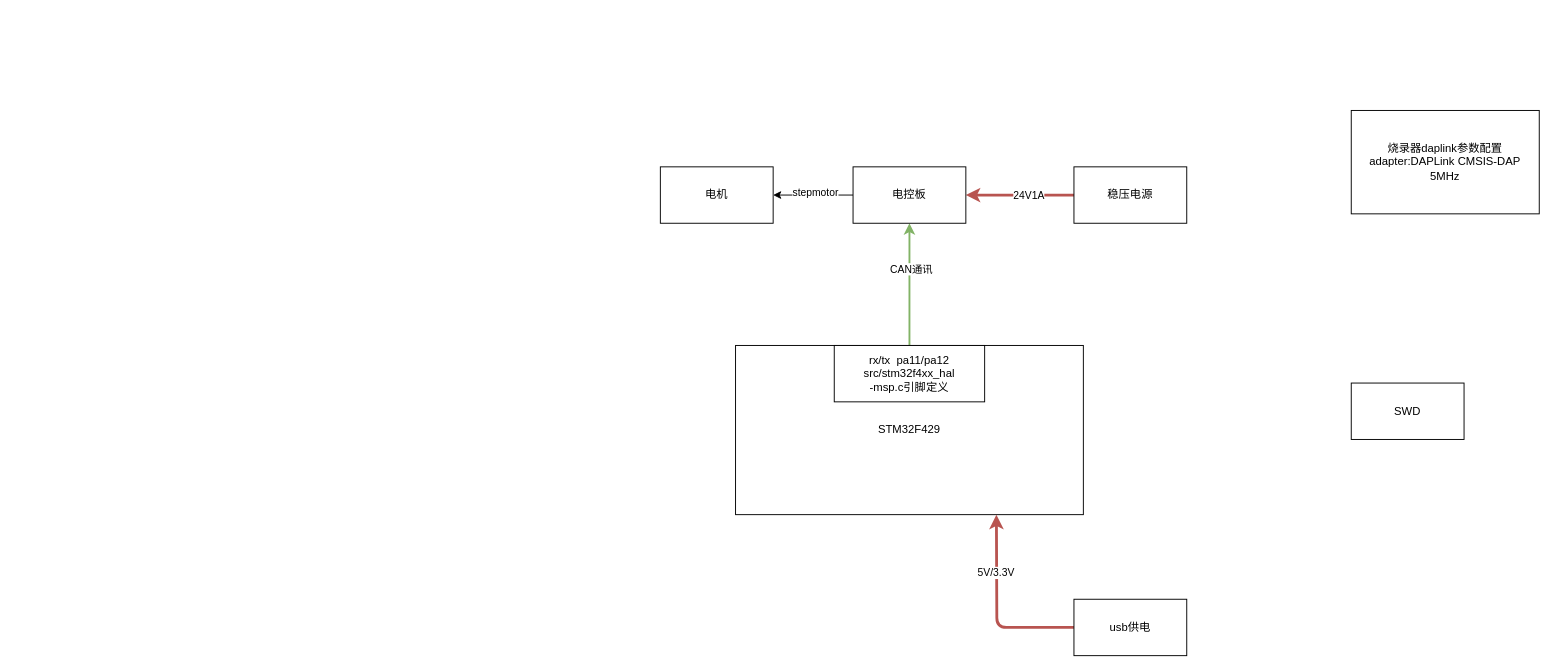
This is doc/主控接线.drawio from UrOyou/mks_stepmotor_stm32f4, a draw.io file, before an edit. Source tidied: cells renumbered, new cells numbered last; positions are measured from the earlier drawing's top-left corner, leaving out a move shared by most shapes. Both pictures are drawn from the tidied source at 94%, with x=0, y=0 at pixel (660, 110).
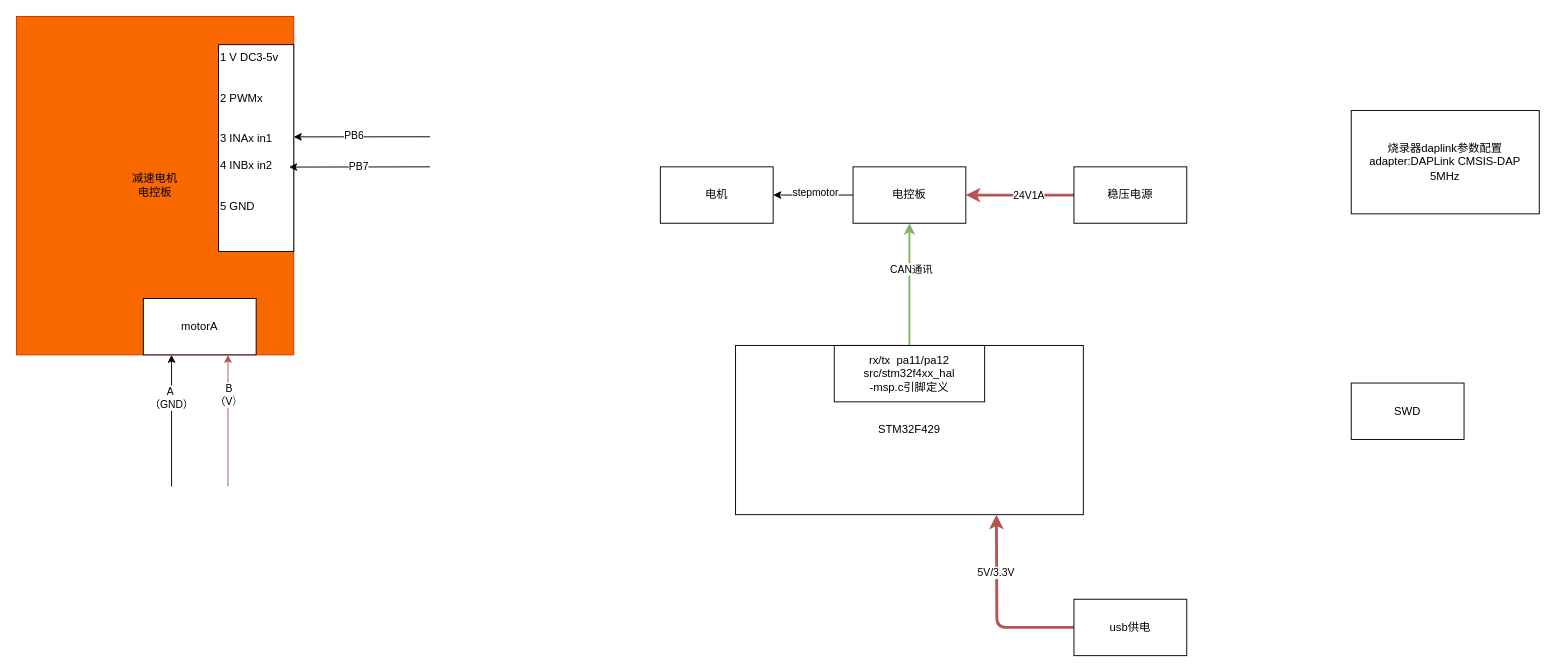
Above is the later version.

Diff of the diagram source:
```diff
@@
+    <mxCell id="18" value="减速电机&lt;br&gt;电控板" style="whiteSpace=wrap;html=1;fillColor=#fa6800;fontColor=#000000;strokeColor=#C73500;" parent="1" vertex="1">
+      <mxGeometry x="-685" y="-100" width="295" height="360" as="geometry" />
+    </mxCell>
+    <mxCell id="19" value="1 V DC3-5v&lt;br&gt;&lt;br&gt;&lt;br&gt;&lt;div&gt;2 PWMx&lt;div&gt;&lt;br&gt;&lt;/div&gt;&lt;div&gt;&lt;br&gt;&lt;/div&gt;&lt;div&gt;3 INAx in1&lt;/div&gt;&lt;div&gt;&lt;br&gt;&lt;/div&gt;&lt;div&gt;4 INBx in2&lt;/div&gt;&lt;div&gt;&lt;br&gt;&lt;/div&gt;&lt;div&gt;&lt;br&gt;&lt;/div&gt;&lt;div&gt;5 GND&lt;/div&gt;&lt;div&gt;&lt;br&gt;&lt;/div&gt;&lt;div&gt;&lt;br&gt;&lt;/div&gt;&lt;/div&gt;" style="whiteSpace=wrap;html=1;align=left;verticalAlign=top;" parent="1" vertex="1">
+      <mxGeometry x="-470" y="-70" width="80" height="220" as="geometry" />
+    </mxCell>
+    <mxCell id="20" style="edgeStyle=none;html=1;exitX=0.25;exitY=1;exitDx=0;exitDy=0;startArrow=classic;startFill=1;endArrow=none;endFill=0;" parent="1" edge="1" source="24">
+      <mxGeometry relative="1" as="geometry">
+        <mxPoint x="-520" y="400" as="targetPoint" />
+      </mxGeometry>
+    </mxCell>
+    <mxCell id="21" value="A&amp;nbsp;&lt;br&gt;（GND）" style="edgeLabel;html=1;align=center;verticalAlign=middle;" parent="20" vertex="1">
+      <mxGeometry x="-0.36" y="-1" relative="1" as="geometry" />
+    </mxCell>
+    <mxCell id="22" style="edgeStyle=none;html=1;exitX=0.75;exitY=1;exitDx=0;exitDy=0;startArrow=classic;startFill=1;endArrow=none;endFill=0;fillColor=#f8cecc;strokeColor=#b85450;" parent="1" edge="1" source="24">
+      <mxGeometry relative="1" as="geometry">
+        <mxPoint x="-460" y="400" as="targetPoint" />
+      </mxGeometry>
+    </mxCell>
+    <mxCell id="23" value="B&lt;br&gt;（V&lt;span style=&quot;color: rgb(63, 63, 63); background-color: light-dark(#ffffff, var(--ge-dark-color, #121212));&quot;&gt;）&lt;/span&gt;" style="edgeLabel;html=1;align=center;verticalAlign=middle;" parent="22" vertex="1">
+      <mxGeometry x="-0.4" relative="1" as="geometry" />
+    </mxCell>
+    <mxCell id="24" value="motorA" style="whiteSpace=wrap;html=1;" parent="1" vertex="1">
+      <mxGeometry x="-550" y="200" width="120" height="60" as="geometry" />
+    </mxCell>
+    <mxCell id="25" style="edgeStyle=none;html=1;entryX=0.999;entryY=0.446;entryDx=0;entryDy=0;entryPerimeter=0;" parent="1" edge="1" target="19">
+      <mxGeometry relative="1" as="geometry">
+        <mxPoint x="-245" y="28" as="sourcePoint" />
+      </mxGeometry>
+    </mxCell>
+    <mxCell id="26" value="PB6" style="edgeLabel;html=1;align=center;verticalAlign=middle;" parent="25" vertex="1">
+      <mxGeometry x="0.11" y="-2" relative="1" as="geometry" />
+    </mxCell>
+    <mxCell id="27" style="edgeStyle=none;html=1;entryX=0.938;entryY=0.592;entryDx=0;entryDy=0;entryPerimeter=0;" parent="1" edge="1" target="19">
+      <mxGeometry relative="1" as="geometry">
+        <mxPoint x="-245" y="60" as="sourcePoint" />
+      </mxGeometry>
+    </mxCell>
+    <mxCell id="28" value="PB7" style="edgeLabel;html=1;align=center;verticalAlign=middle;" parent="27" vertex="1">
+      <mxGeometry x="0.01" y="-1" relative="1" as="geometry" />
+    </mxCell>
```
